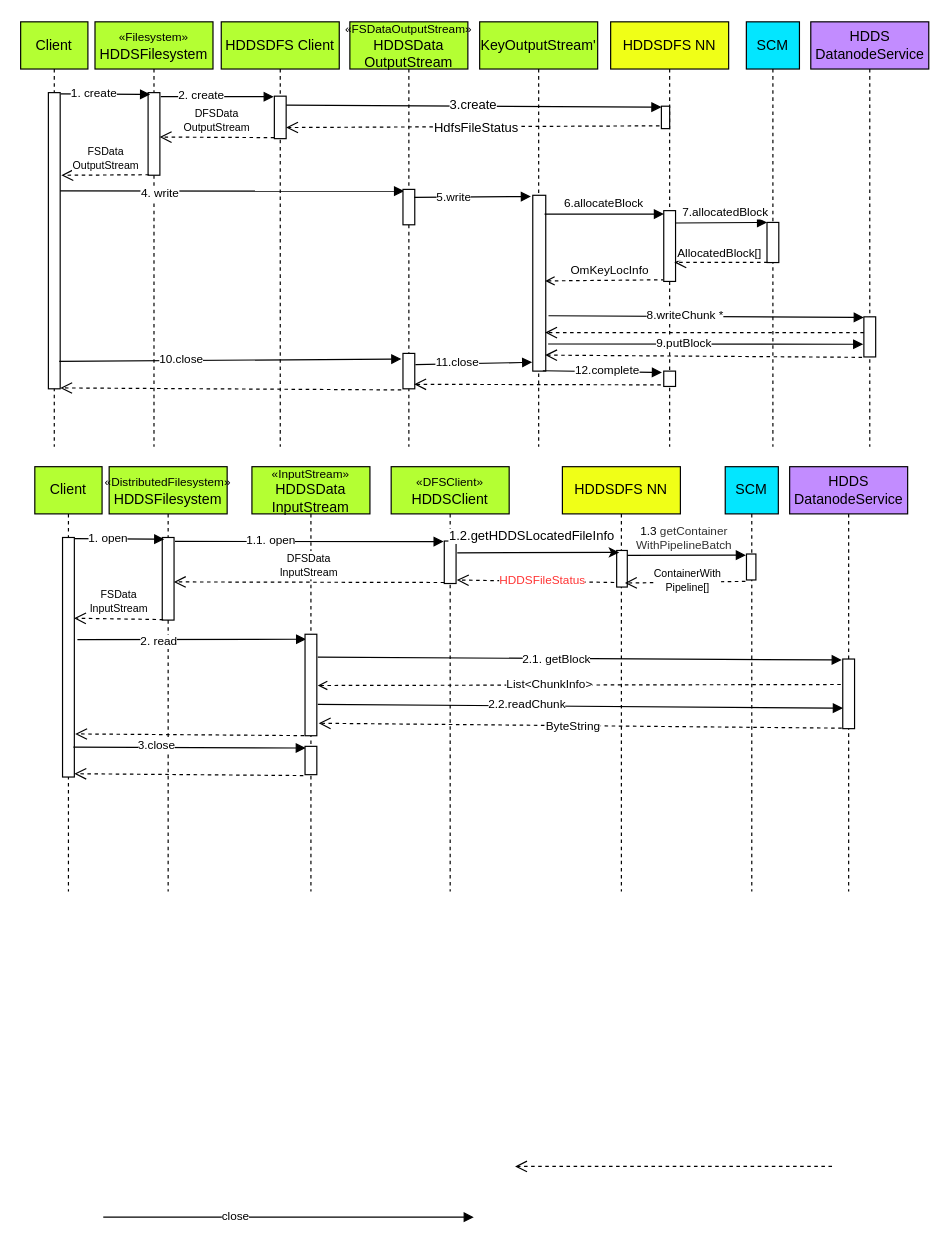
This is Untitled Diagram.drawio from captainzmc/draw, a draw.io file, before an edit. Source tidied: cells renumbered, new cells numbered last; positions are measured from the earlier drawing's top-left corner, leaving out a move shared by most shapes. Both pictures are drawn from the tidied source at 118%, with x=0, y=0 at pixel (20, 21).
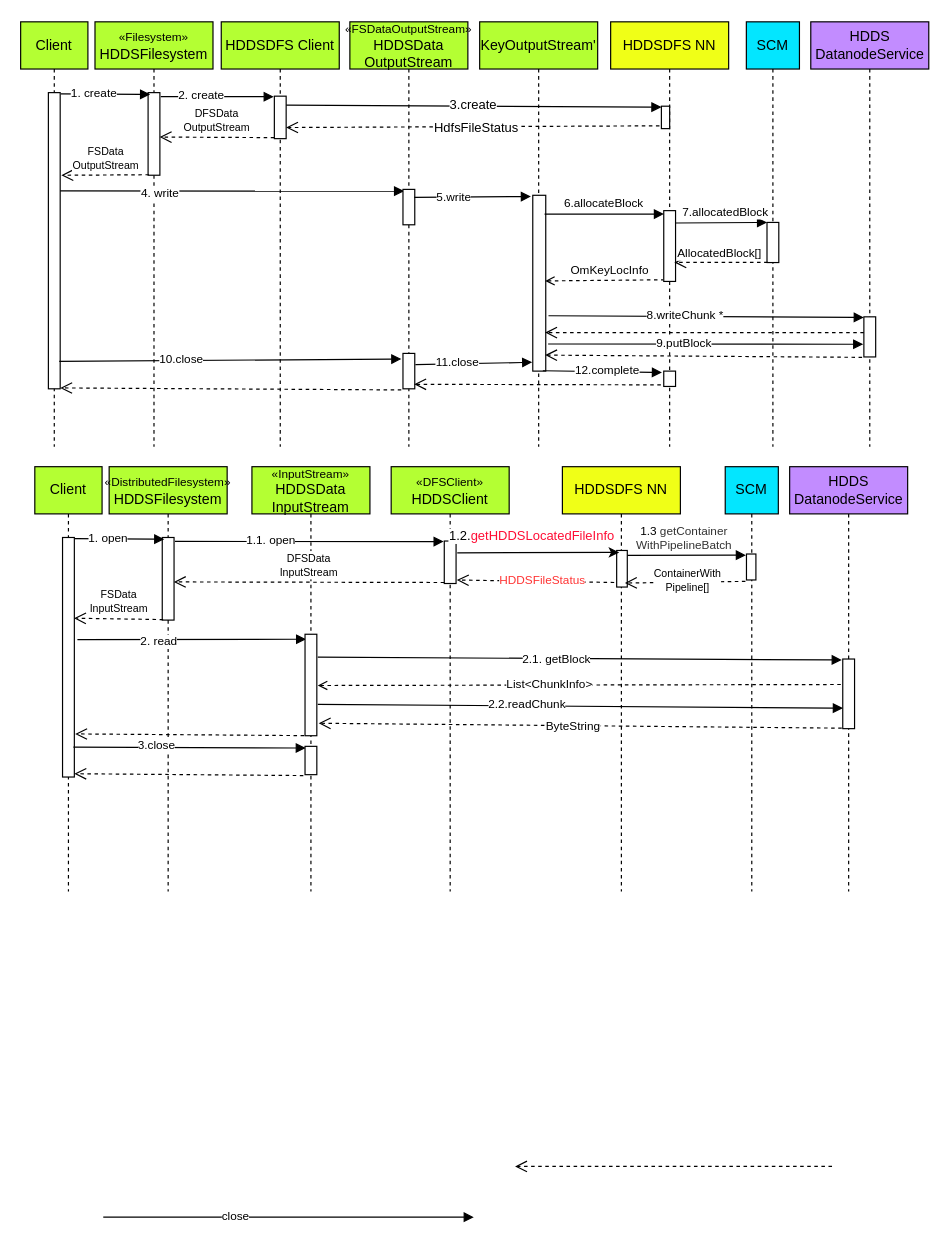
The same diagram, later.

The change refers to these unchanged cells:
```xml
<mxCell id="97" style="rounded=0;jettySize=auto;html=1;entryX=0.244;entryY=0.052;entryDx=0;entryDy=0;entryPerimeter=0;" parent="1" edge="1" target="64">
  <mxGeometry relative="1" as="geometry">
    <mxPoint x="370" y="450" as="sourcePoint" />
  </mxGeometry>
</mxCell>
```

Diff of the diagram source:
```diff
@@
-    <mxCell id="98" value="&lt;span style=&quot;text-align: left&quot;&gt;1.2.&lt;/span&gt;getHDDSLocatedFileInfo" style="edgeLabel;html=1;align=center;verticalAlign=middle;" parent="97" vertex="1">
+    <mxCell id="98" value="&lt;span style=&quot;text-align: left&quot;&gt;1.2.&lt;/span&gt;&lt;font color=&quot;#ff0d35&quot;&gt;getHDDSLocatedFileInfo&lt;/font&gt;" style="edgeLabel;html=1;align=center;verticalAlign=middle;" parent="97" vertex="1">
       <mxGeometry x="-0.17" y="-1" relative="1" as="geometry">
         <mxPoint x="5.2" y="-15.8" as="offset" />
       </mxGeometry>
     </mxCell>
```
